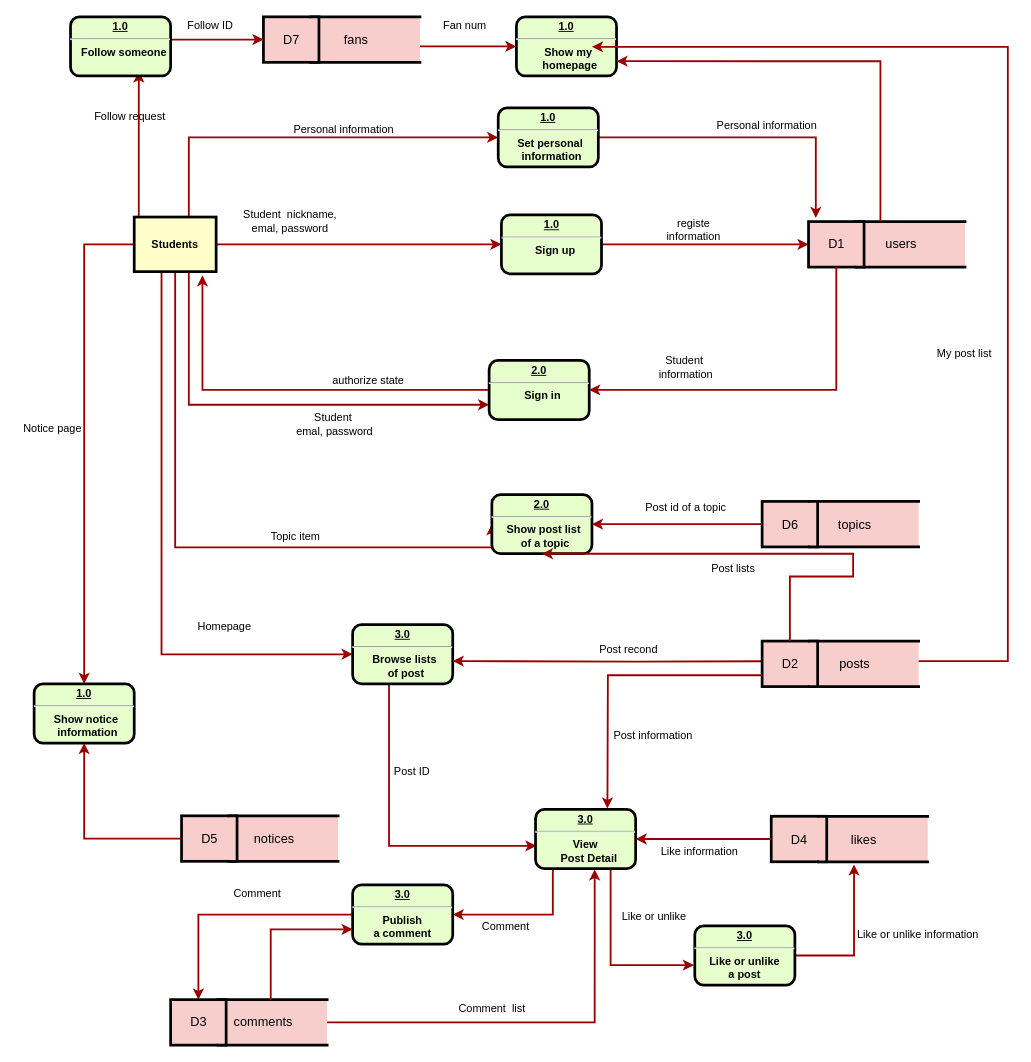
Above: docs/dfd.drawio in loveagri/zhihu (draw.io), before the change. Source tidied: cells renumbered, new cells numbered last; positions are measured from the earlier drawing's top-left corner, leaving out a move shared by most shapes. Both pictures are drawn from the tidied source at 91%, with x=0, y=0 at pixel (15, 16).
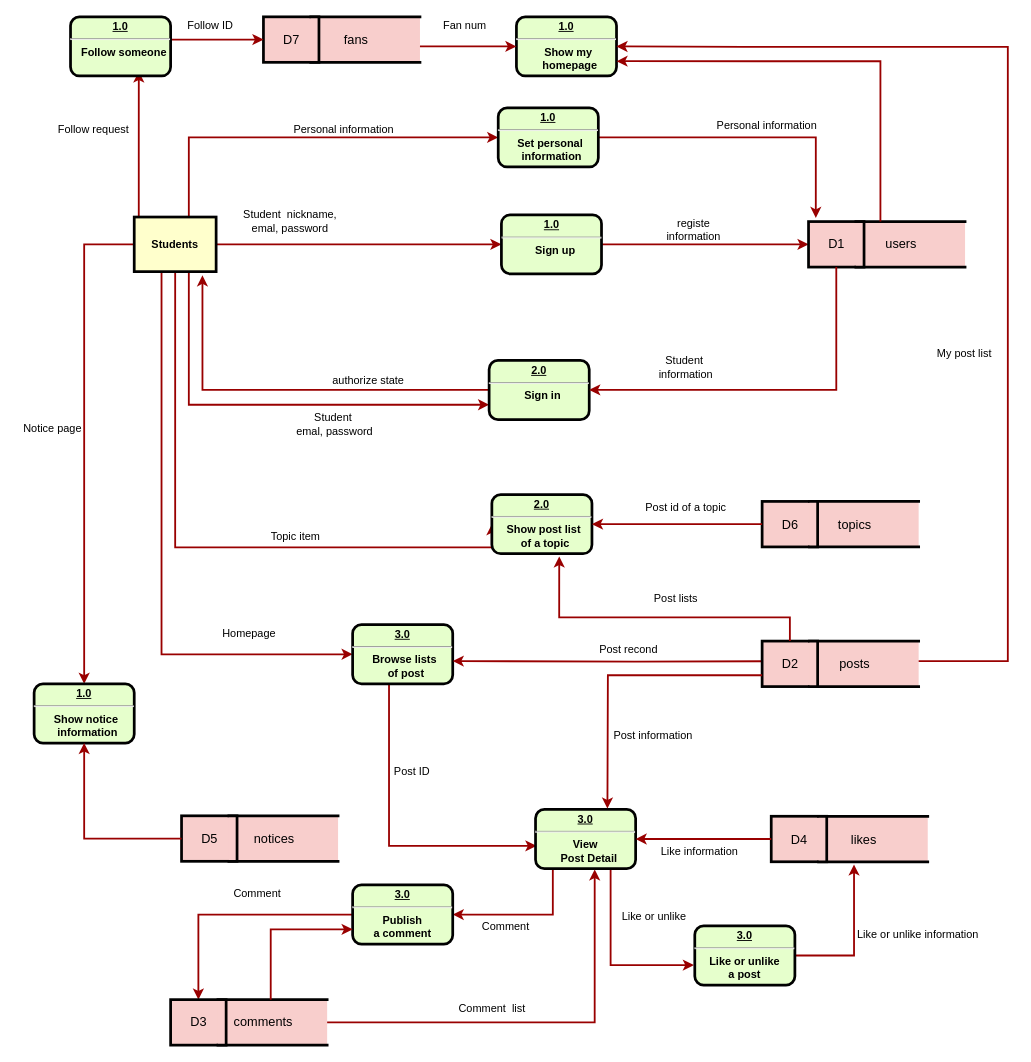
Above is the later version.

Unchanged cells that the change refers to:
```xml
<mxCell id="41" style="rounded=0;whiteSpace=wrap;html=1;strokeColor=#000000;strokeWidth=3;fillColor=#f8cecc;" parent="40" vertex="1">
  <mxGeometry width="61" height="50" as="geometry" />
</mxCell>
<mxCell id="42" style="shape=partialRectangle;whiteSpace=wrap;html=1;left=0;right=0;fillColor=#f8cecc;strokeColor=#000000;strokeWidth=3;" parent="40" vertex="1">
  <mxGeometry x="52" width="120" height="50" as="geometry" />
</mxCell>
<mxCell id="57" value="&lt;p style=&quot;margin: 0px ; margin-top: 4px ; text-align: center ; text-decoration: underline&quot;&gt;&lt;strong&gt;1.0&lt;/strong&gt;&lt;/p&gt;&lt;hr&gt;&lt;p style=&quot;margin: 0px ; margin-left: 8px&quot;&gt;Show my&amp;nbsp;&lt;/p&gt;&lt;p style=&quot;margin: 0px ; margin-left: 8px&quot;&gt;homepage&lt;/p&gt;" style="verticalAlign=middle;align=center;overflow=fill;fontSize=12;fontFamily=Helvetica;html=1;rounded=1;fontStyle=1;strokeWidth=3;fillColor=#E6FFCC;" parent="1" vertex="1">
  <mxGeometry x="550" width="110" height="65" as="geometry" />
</mxCell>
<mxCell id="101" value="&lt;p style=&quot;margin: 0px ; margin-top: 4px ; text-align: center ; text-decoration: underline&quot;&gt;&lt;strong&gt;2.0&lt;/strong&gt;&lt;/p&gt;&lt;hr&gt;&lt;p style=&quot;margin: 0px ; margin-left: 8px&quot;&gt;Show post list&amp;nbsp;&lt;/p&gt;&lt;p style=&quot;margin: 0px ; margin-left: 8px&quot;&gt;of a topic&lt;/p&gt;" style="verticalAlign=middle;align=center;overflow=fill;fontSize=12;fontFamily=Helvetica;html=1;rounded=1;fontStyle=1;strokeWidth=3;fillColor=#E6FFCC;" parent="1" vertex="1">
  <mxGeometry x="523" y="525" width="110" height="65" as="geometry" />
</mxCell>
```

What changed in the source:
```diff
@@
     <mxCell id="30" value="Homepage" style="text;html=1;align=center;verticalAlign=middle;" parent="1" vertex="1">
-      <mxGeometry x="194" y="660" width="70" height="20" as="geometry" />
+      <mxGeometry x="221" y="668" width="70" height="20" as="geometry" />
     </mxCell>
@@
-    <mxCell id="105" style="edgeStyle=orthogonalEdgeStyle;rounded=0;jettySize=auto;html=1;entryX=0.5;entryY=1;entryDx=0;entryDy=0;strokeColor=#990000;strokeWidth=2;" parent="1" edge="1" source="41" target="101">
-      <mxGeometry relative="1" as="geometry">
-        <Array as="points">
-          <mxPoint x="920" y="615" />
-        </Array>
-      </mxGeometry>
-    </mxCell>
     <mxCell id="106" value="Post lists" style="text;html=1;align=center;verticalAlign=middle;" parent="1" vertex="1">
-      <mxGeometry x="758" y="597" width="60" height="20" as="geometry" />
+      <mxGeometry x="695" y="630" width="60" height="20" as="geometry" />
     </mxCell>
-    <mxCell id="107" style="edgeStyle=orthogonalEdgeStyle;rounded=0;jettySize=auto;html=1;strokeColor=#990000;strokeWidth=2;" parent="1" edge="1" source="42">
+    <mxCell id="107" style="edgeStyle=orthogonalEdgeStyle;rounded=0;jettySize=auto;html=1;strokeColor=#990000;strokeWidth=2;entryX=1;entryY=0.5;entryDx=0;entryDy=0;" parent="1" edge="1" source="42" target="57">
       <mxGeometry relative="1" as="geometry">
-        <mxPoint x="633" y="33" as="targetPoint" />
         <Array as="points">
           <mxPoint x="1090" y="708" />
           <mxPoint x="1090" y="33" />
-          <mxPoint x="633" y="33" />
+          <mxPoint x="800" y="33" />
         </Array>
       </mxGeometry>
     </mxCell>
@@
     <mxCell id="119" value="Follow request" style="text;html=1;align=center;verticalAlign=middle;" parent="1" vertex="1">
-      <mxGeometry x="80" y="100" width="90" height="20" as="geometry" />
+      <mxGeometry x="40" y="114" width="90" height="20" as="geometry" />
     </mxCell>
@@
+    <mxCell id="105" style="edgeStyle=orthogonalEdgeStyle;rounded=0;jettySize=auto;html=1;entryX=0.673;entryY=1.046;entryDx=0;entryDy=0;entryPerimeter=0;strokeColor=#990000;strokeWidth=2;" parent="1" edge="1" source="41" target="101">
+      <mxGeometry relative="1" as="geometry">
+        <Array as="points">
+          <mxPoint x="851" y="660" />
+          <mxPoint x="597" y="660" />
+        </Array>
+      </mxGeometry>
+    </mxCell>
```
